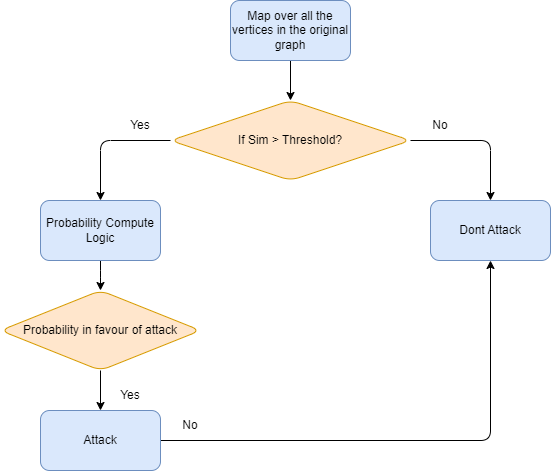
Before: assets/mitmattack.png, a diagram exported from draw.io (Kaushal1011/CS441ManInMiddleAttackSimulator). Source tidied: cells renumbered, new cells last; positions are measured from the earlier drawing's top-left corner, leaving out a move shared by most shapes.
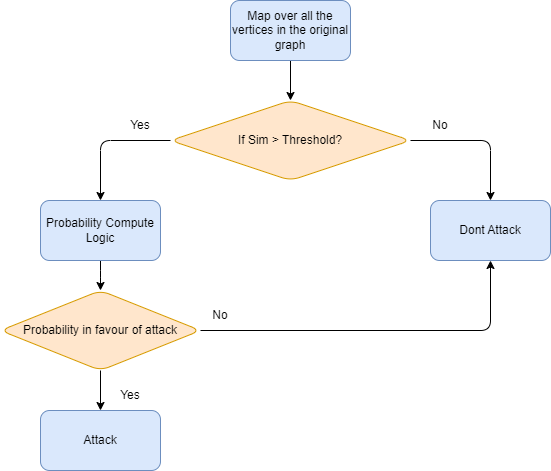
The same file after the commit.

Commit message:
last minute: added comments and corrected diagrams

What changed in the source:
```diff
@@ -38,7 +38,7 @@
     <mxCell id="13" value="Probability in favour of attack" style="rhombus;whiteSpace=wrap;html=1;fillColor=#ffe6cc;strokeColor=#d79b00;rounded=1;" parent="1" vertex="1">
       <mxGeometry y="290" width="200" height="80" as="geometry" />
     </mxCell>
-    <mxCell id="14" style="edgeStyle=orthogonalEdgeStyle;rounded=1;jettySize=auto;html=1;entryX=0.5;entryY=1;entryDx=0;entryDy=0;" parent="1" edge="1" source="15" target="9">
+    <mxCell id="14" style="edgeStyle=orthogonalEdgeStyle;rounded=1;jettySize=auto;html=1;entryX=0.5;entryY=1;entryDx=0;entryDy=0;exitX=1;exitY=0.5;exitDx=0;exitDy=0;" parent="1" edge="1" source="13" target="9">
       <mxGeometry relative="1" as="geometry" />
     </mxCell>
     <mxCell id="15" value="Attack" style="rounded=1;whiteSpace=wrap;html=1;fillColor=#dae8fc;strokeColor=#6c8ebf;" parent="1" vertex="1">
@@ -48,7 +48,7 @@
       <mxGeometry x="100" y="380" width="60" height="30" as="geometry" />
     </mxCell>
     <mxCell id="17" value="No" style="text;html=1;strokeColor=none;fillColor=none;align=center;verticalAlign=middle;whiteSpace=wrap;rounded=1;" parent="1" vertex="1">
-      <mxGeometry x="160" y="410" width="60" height="30" as="geometry" />
+      <mxGeometry x="190" y="300" width="60" height="30" as="geometry" />
     </mxCell>
   </root>
 </mxGraphModel>
```
